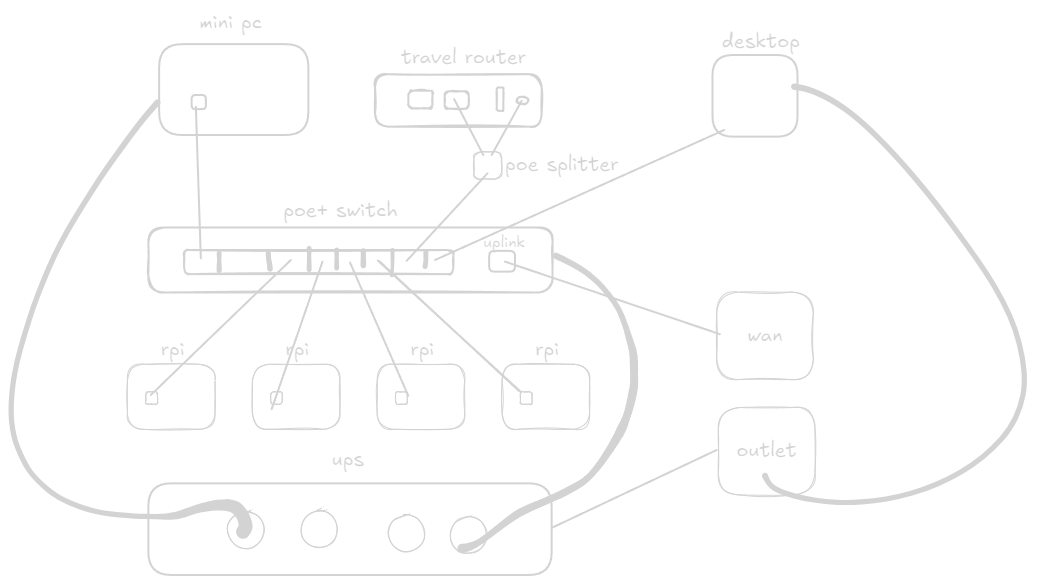
Before: assets/mini_rack.excalidraw.png, a diagram exported from Excalidraw (seolman/mini-rack). Source tidied: one line per element, renumbered; positions are measured from the earlier drawing's top-left corner, leaving out a move shared by most shapes.
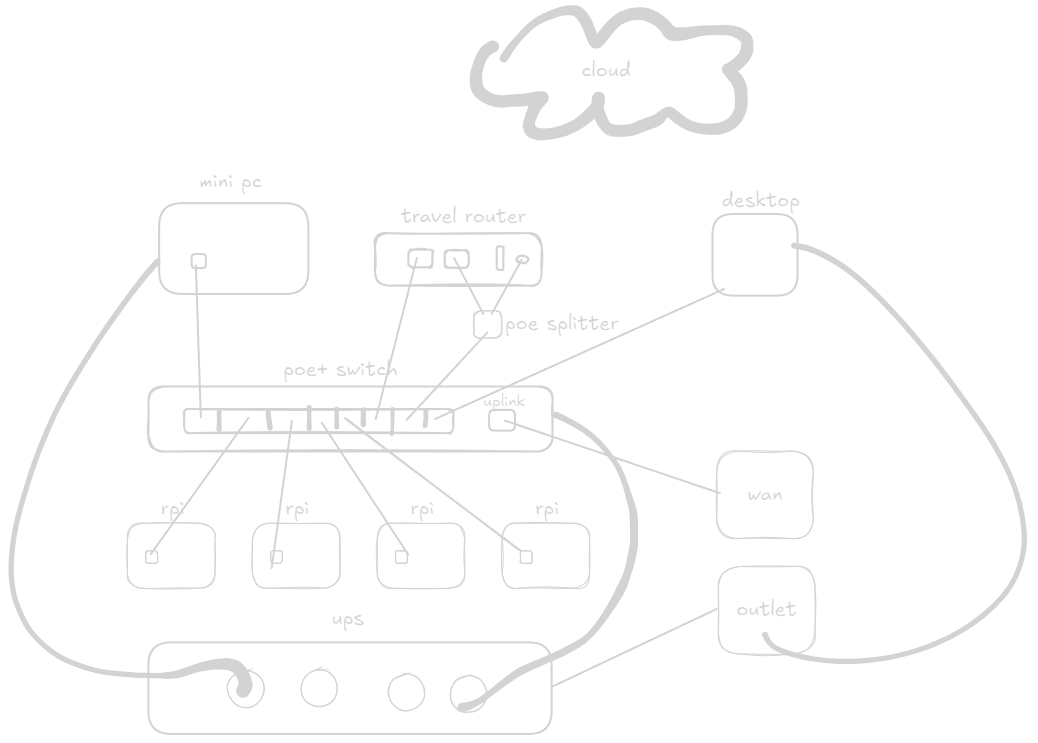
After the change.

What changed in the source:
```diff
@@ -30,13 +30,13 @@
 {"id": 29, "type": "text", "text": "rpi", "strokeColor": "#1e1e1e", "strokeWidth": 1, "roughness": 1, "fontSize": 20, "fontFamily": 5, "x": 525, "y": 327, "width": 24, "height": 25}
 {"id": 30, "type": "rectangle", "strokeColor": "#1e1e1e", "strokeWidth": 1, "roughness": 1, "round": true, "x": 510, "y": 382, "width": 12, "height": 12}
 {"id": 31, "type": "line", "strokeColor": "#1e1e1e", "strokeWidth": 2, "roughness": 0, "round": true, "x": 186, "y": 97, "width": 5, "height": 152, "points": [[0, 0], [5, 152]]}
-{"id": 32, "type": "line", "strokeColor": "#1e1e1e", "strokeWidth": 2, "roughness": 1, "round": true, "x": 369, "y": 250, "width": 141, "height": 132, "points": [[0, 0], [141, 132]]}
+{"id": 32, "type": "line", "strokeColor": "#1e1e1e", "strokeWidth": 2, "roughness": 1, "round": true, "x": 336, "y": 249, "width": 174, "height": 133, "points": [[0, 0], [174, 133]]}
-{"id": 33, "type": "line", "strokeColor": "#1e1e1e", "strokeWidth": 2, "roughness": 0, "round": true, "x": 340, "y": 252, "width": 58, "height": 133, "points": [[0, 0], [58, 133]]}
+{"id": 33, "type": "line", "strokeColor": "#1e1e1e", "strokeWidth": 2, "roughness": 0, "round": true, "x": 312, "y": 254, "width": 87, "height": 132, "points": [[0, 0], [87, 132]]}
 {"id": 34, "type": "line", "strokeColor": "#1e1e1e", "strokeWidth": 2, "roughness": 0, "round": true, "x": 397, "y": 251, "width": 81, "height": 87, "points": [[0, 0], [81, -87]]}
 {"id": 35, "type": "line", "strokeColor": "#1e1e1e", "strokeWidth": 2, "roughness": 0, "round": true, "x": 512, "y": 91, "width": 30, "height": 54, "points": [[0, 0], [-30, 54]]}
 {"id": 36, "type": "line", "strokeColor": "#1e1e1e", "strokeWidth": 2, "roughness": 0, "round": true, "x": 444, "y": 89, "width": 29, "height": 56, "points": [[0, 0], [29, 56]]}
-{"id": 37, "type": "line", "strokeColor": "#1e1e1e", "strokeWidth": 2, "roughness": 0, "round": true, "x": 313, "y": 252, "width": 51, "height": 147, "points": [[0, 0], [-51, 147]]}
+{"id": 37, "type": "line", "strokeColor": "#1e1e1e", "strokeWidth": 2, "roughness": 0, "round": true, "x": 282, "y": 252, "width": 20, "height": 147, "points": [[0, 0], [-20, 147]]}
-{"id": 38, "type": "line", "strokeColor": "#1e1e1e", "strokeWidth": 2, "roughness": 0, "round": true, "x": 141, "y": 385, "width": 140, "height": 135, "points": [[0, 0], [140, -135]]}
+{"id": 38, "type": "line", "strokeColor": "#1e1e1e", "strokeWidth": 2, "roughness": 0, "round": true, "x": 141, "y": 385, "width": 98, "height": 136, "points": [[0, 0], [98, -136]]}
 {"id": 39, "type": "rectangle", "strokeColor": "#1e1e1e", "strokeWidth": 1, "roughness": 1, "round": true, "x": 464, "y": 142, "width": 28, "height": 28}
 {"id": 40, "type": "text", "text": "poe splitter", "strokeColor": "#1e1e1e", "strokeWidth": 2, "roughness": 0, "fontSize": 20, "fontFamily": 5, "x": 495, "y": 142, "width": 114, "height": 25}
 {"id": 41, "type": "line", "strokeColor": "#1e1e1e", "strokeWidth": 2, "roughness": 0, "round": true, "x": 495, "y": 252, "width": 215, "height": 72, "points": [[0, 0], [215, 72]]}
@@ -59,3 +59,6 @@
 {"id": 58, "type": "text", "text": "desktop", "strokeColor": "#1e1e1e", "strokeWidth": 2, "roughness": 0, "fontSize": 20, "fontFamily": 5, "x": 712, "y": 19, "width": 78, "height": 25}
 {"id": 59, "type": "freedraw", "strokeColor": "#1e1e1e", "strokeWidth": 2, "roughness": 0, "x": 784, "y": 77, "width": 264, "height": 418, "points": [[0, 0], [2, 0], [23, 4], [52, 18], [86, 47], [128, 94], [165, 143], [191, 182], [209, 210], [222, 236], [231, 263], [234, 293], [232, 316], [223, 338], [208, 358], [188, 375], [163, 391], [139, 402], [112, 411], [85, 416], [62, 418], [37, 418], [13, 414], [-8, 409], [-21, 403], [-28, 399], [-30, 392], [-30, 388], [-30, 388]]}
 {"id": 60, "type": "line", "strokeColor": "#1e1e1e", "strokeWidth": 2, "roughness": 0, "round": true, "x": 714, "y": 120, "width": 289, "height": 130, "points": [[0, 0], [-289, 130]]}
+{"id": 61, "type": "freedraw", "strokeColor": "#1e1e1e", "strokeWidth": 2, "roughness": 0, "x": 494, "y": -111, "width": 272, "height": 125, "points": [[0, 0], [42, -42], [74, -47], [91, -15], [113, -38], [140, -45], [162, -31], [182, -25], [230, -27], [243, -12], [225, 12], [237, 32], [226, 67], [179, 65], [159, 58], [126, 73], [95, 56], [95, 41], [73, 67], [36, 76], [27, 59], [39, 40], [5, 42], [-26, 33], [-20, -6]]}
+{"id": 62, "type": "text", "text": "cloud", "strokeColor": "#1e1e1e", "strokeWidth": 2, "roughness": 0, "fontSize": 20, "fontFamily": 5, "x": 571, "y": -111, "width": 50, "height": 25}
+{"id": 63, "type": "line", "strokeColor": "#1e1e1e", "strokeWidth": 2, "roughness": 0, "round": true, "x": 407, "y": 89, "width": 41, "height": 161, "points": [[0, 0], [-41, 161]]}
```
